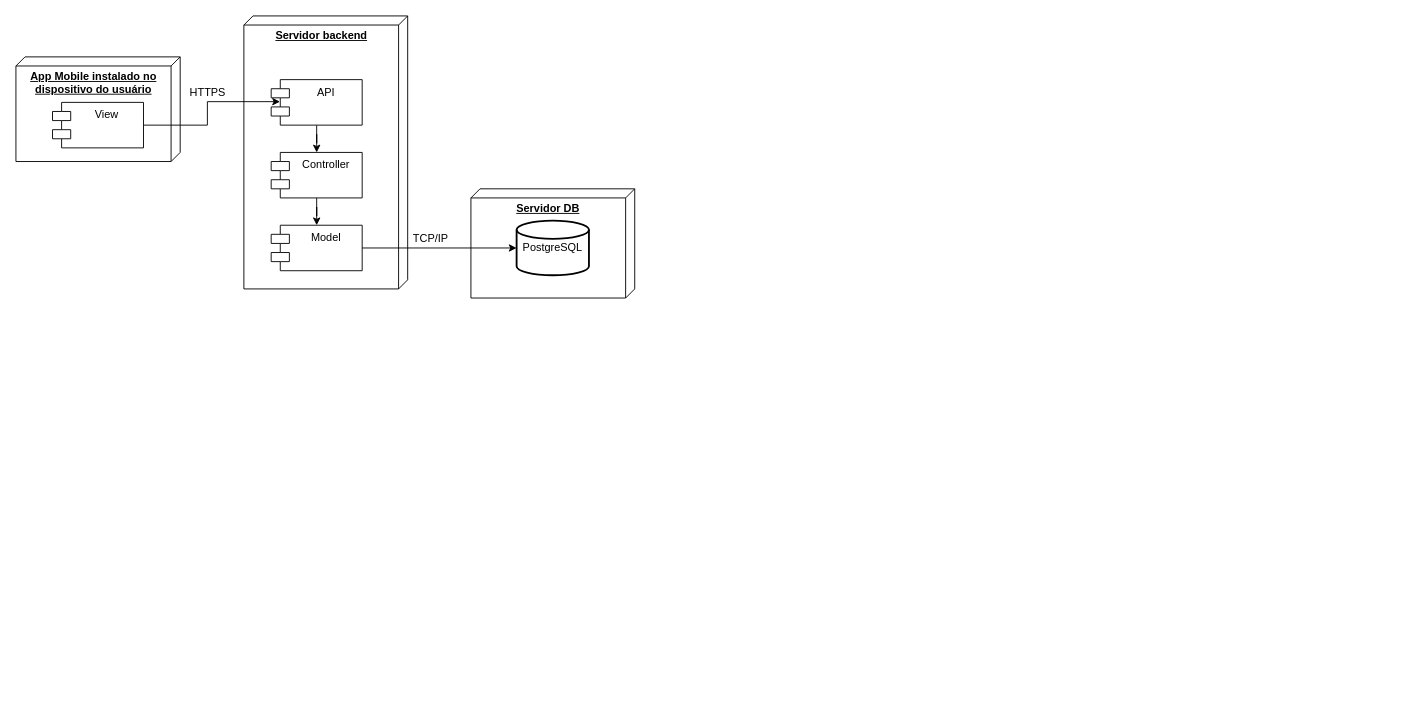
Earlier version of the draw.io diagram Documentação/Diagramas/Diagrama de Implantação.drawio (frsouzaa/Documentacao-TCC-NossaVia). Source tidied: cells renumbered, new cells numbered last; positions are measured from the earlier drawing's top-left corner, leaving out a move shared by most shapes. Both pictures are drawn from the tidied source at 91%, with x=0, y=0 at pixel (15, 15).
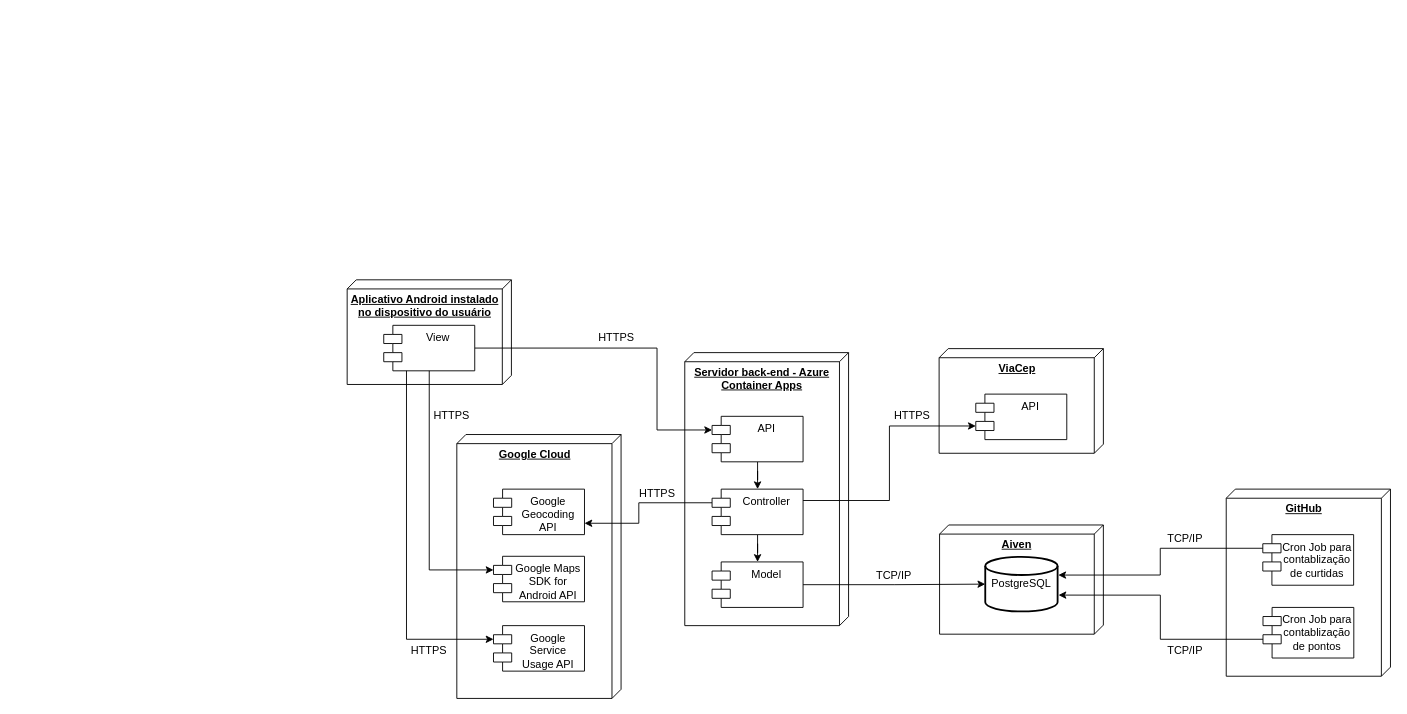
Above is the later version.

Commit message (it also covers changes not shown here):
atualiza diagramas e consideracoes finais

What changed in the source:
```diff
@@
+    <mxCell id="16" value="&lt;b&gt;Google Cloud&lt;/b&gt;" style="verticalAlign=top;align=center;spacingTop=8;spacingLeft=2;spacingRight=12;shape=cube;size=10;direction=south;fontStyle=4;html=1;whiteSpace=wrap;" parent="1" vertex="1">
+      <mxGeometry x="484.5" y="460" width="180.5" height="290" as="geometry" />
+    </mxCell>
+    <mxCell id="17" value="Google Maps SDK for Android API" style="shape=module;align=left;spacingLeft=20;align=center;verticalAlign=top;whiteSpace=wrap;html=1;" parent="1" vertex="1">
+      <mxGeometry x="524.8" y="593.8" width="100" height="50" as="geometry" />
+    </mxCell>
+    <mxCell id="18" value="Google Service Usage API" style="shape=module;align=left;spacingLeft=20;align=center;verticalAlign=top;whiteSpace=wrap;html=1;" parent="1" vertex="1">
+      <mxGeometry x="524.8" y="670" width="100" height="50" as="geometry" />
+    </mxCell>
-    <mxCell id="2" value="&lt;b&gt;App Mobile instalado no dispositivo do usuário&lt;/b&gt;" style="verticalAlign=top;align=center;spacingTop=8;spacingLeft=2;spacingRight=12;shape=cube;size=10;direction=south;fontStyle=4;html=1;whiteSpace=wrap;" parent="1" vertex="1">
-      <mxGeometry y="45" width="180.5" height="115" as="geometry" />
+    <mxCell id="2" value="&lt;b&gt;Aplicativo Android instalado no dispositivo do usuário&lt;/b&gt;" style="verticalAlign=top;align=center;spacingTop=8;spacingLeft=2;spacingRight=12;shape=cube;size=10;direction=south;fontStyle=4;html=1;whiteSpace=wrap;" parent="1" vertex="1">
+      <mxGeometry x="364" y="290" width="180.5" height="115" as="geometry" />
     </mxCell>
-    <mxCell id="3" value="&lt;b&gt;Servidor DB&lt;/b&gt;" style="verticalAlign=top;align=center;spacingTop=8;spacingLeft=2;spacingRight=12;shape=cube;size=10;direction=south;fontStyle=4;html=1;whiteSpace=wrap;" parent="1" vertex="1">
-      <mxGeometry x="500" y="190" width="180" height="120" as="geometry" />
+    <mxCell id="3" value="&lt;b&gt;Aiven&lt;/b&gt;" style="verticalAlign=top;align=center;spacingTop=8;spacingLeft=2;spacingRight=12;shape=cube;size=10;direction=south;fontStyle=4;html=1;whiteSpace=wrap;" parent="1" vertex="1">
+      <mxGeometry x="1015" y="559.4" width="180" height="120" as="geometry" />
     </mxCell>
     <mxCell id="4" value="HTTPS" style="text;html=1;align=center;verticalAlign=middle;whiteSpace=wrap;rounded=0;" parent="1" vertex="1">
-      <mxGeometry x="180.5" y="70" width="60" height="30" as="geometry" />
+      <mxGeometry x="630" y="340" width="60" height="27.5" as="geometry" />
     </mxCell>
     <mxCell id="5" value="TCP/IP" style="text;html=1;align=center;verticalAlign=middle;whiteSpace=wrap;rounded=0;rotation=0;" parent="1" vertex="1">
-      <mxGeometry x="430.5" y="230" width="50" height="30" as="geometry" />
+      <mxGeometry x="940" y="600" width="50" height="30" as="geometry" />
     </mxCell>
-    <mxCell id="6" value="&lt;b&gt;Servidor backend&lt;/b&gt;" style="verticalAlign=top;align=center;spacingTop=8;spacingLeft=2;spacingRight=12;shape=cube;size=10;direction=south;fontStyle=4;html=1;whiteSpace=wrap;" parent="1" vertex="1">
-      <mxGeometry x="250.5" width="180" height="300" as="geometry" />
+    <mxCell id="6" value="&lt;b&gt;Servidor back-end - Azure Container Apps&lt;/b&gt;" style="verticalAlign=top;align=center;spacingTop=8;spacingLeft=2;spacingRight=12;shape=cube;size=10;direction=south;fontStyle=4;html=1;whiteSpace=wrap;" parent="1" vertex="1">
+      <mxGeometry x="735" y="370" width="180" height="300" as="geometry" />
     </mxCell>
     <mxCell id="7" value="Model" style="shape=module;align=left;spacingLeft=20;align=center;verticalAlign=top;whiteSpace=wrap;html=1;" parent="1" vertex="1">
-      <mxGeometry x="280.5" y="230" width="100" height="50" as="geometry" />
+      <mxGeometry x="765" y="600" width="100" height="50" as="geometry" />
     </mxCell>
@@
     <mxCell id="9" value="API" style="shape=module;align=left;spacingLeft=20;align=center;verticalAlign=top;whiteSpace=wrap;html=1;" parent="1" vertex="1">
-      <mxGeometry x="280.5" y="70" width="100" height="50" as="geometry" />
+      <mxGeometry x="765" y="440" width="100" height="50" as="geometry" />
     </mxCell>
@@
+    <mxCell id="19" style="edgeStyle=orthogonalEdgeStyle;rounded=0;jettySize=auto;html=1;exitX=0;exitY=0;exitDx=0;exitDy=15;exitPerimeter=0;entryX=1;entryY=0.75;entryDx=0;entryDy=0;" parent="1" edge="1" source="11" target="22">
+      <mxGeometry relative="1" as="geometry">
+        <Array as="points">
+          <mxPoint x="684.5" y="535" />
+          <mxPoint x="684.5" y="558" />
+        </Array>
+      </mxGeometry>
+    </mxCell>
     <mxCell id="11" value="Controller" style="shape=module;align=left;spacingLeft=20;align=center;verticalAlign=top;whiteSpace=wrap;html=1;" parent="1" vertex="1">
-      <mxGeometry x="280.5" y="150" width="100" height="50" as="geometry" />
+      <mxGeometry x="765" y="520" width="100" height="50" as="geometry" />
     </mxCell>
     <mxCell id="12" value="&lt;p style=&quot;line-height: 120%;&quot;&gt;PostgreSQL&lt;/p&gt;" style="strokeWidth=2;html=1;shape=mxgraph.flowchart.database;whiteSpace=wrap;" parent="1" vertex="1">
-      <mxGeometry x="550.2" y="225" width="79.5" height="60" as="geometry" />
+      <mxGeometry x="1065.2" y="594.4" width="79.5" height="60" as="geometry" />
     </mxCell>
-    <mxCell id="13" style="edgeStyle=orthogonalEdgeStyle;rounded=0;jettySize=auto;html=1;entryX=0.097;entryY=0.484;entryDx=0;entryDy=0;entryPerimeter=0;exitX=1;exitY=0.5;exitDx=0;exitDy=0;" parent="1" edge="1" source="15" target="9">
-      <mxGeometry relative="1" as="geometry" />
+    <mxCell id="13" style="edgeStyle=orthogonalEdgeStyle;rounded=0;jettySize=auto;html=1;entryX=0;entryY=0;entryDx=0;entryDy=15;entryPerimeter=0;exitX=1;exitY=0.5;exitDx=0;exitDy=0;" parent="1" edge="1" source="15" target="9">
+      <mxGeometry relative="1" as="geometry">
+        <Array as="points">
+          <mxPoint x="704.5" y="365" />
+          <mxPoint x="704.5" y="455" />
+        </Array>
+      </mxGeometry>
     </mxCell>
@@
     <mxCell id="15" value="View" style="shape=module;align=left;spacingLeft=20;align=center;verticalAlign=top;whiteSpace=wrap;html=1;" parent="1" vertex="1">
-      <mxGeometry x="40.2" y="95" width="100" height="50" as="geometry" />
+      <mxGeometry x="404.2" y="340" width="100" height="50" as="geometry" />
     </mxCell>
+    <mxCell id="20" value="&lt;b&gt;ViaCep&lt;/b&gt;" style="verticalAlign=top;align=center;spacingTop=8;spacingLeft=2;spacingRight=12;shape=cube;size=10;direction=south;fontStyle=4;html=1;whiteSpace=wrap;" parent="1" vertex="1">
+      <mxGeometry x="1014.5" y="365.6" width="180.5" height="115" as="geometry" />
+    </mxCell>
+    <mxCell id="21" value="API" style="shape=module;align=left;spacingLeft=20;align=center;verticalAlign=top;whiteSpace=wrap;html=1;" parent="1" vertex="1">
+      <mxGeometry x="1054.8" y="415.6" width="100" height="50" as="geometry" />
+    </mxCell>
+    <mxCell id="22" value="Google Geocoding API" style="shape=module;align=left;spacingLeft=20;align=center;verticalAlign=top;whiteSpace=wrap;html=1;" parent="1" vertex="1">
+      <mxGeometry x="524.8" y="520" width="100" height="50" as="geometry" />
+    </mxCell>
+    <mxCell id="23" style="edgeStyle=orthogonalEdgeStyle;rounded=0;jettySize=auto;html=1;exitX=1;exitY=0.25;exitDx=0;exitDy=0;entryX=0;entryY=0;entryDx=0;entryDy=35;entryPerimeter=0;" parent="1" edge="1" source="11" target="21">
+      <mxGeometry relative="1" as="geometry" />
+    </mxCell>
+    <mxCell id="24" value="HTTPS" style="text;html=1;align=center;verticalAlign=middle;whiteSpace=wrap;rounded=0;rotation=0;" parent="1" vertex="1">
+      <mxGeometry x="960" y="423.8" width="50" height="30" as="geometry" />
+    </mxCell>
+    <mxCell id="25" style="edgeStyle=orthogonalEdgeStyle;rounded=0;jettySize=auto;html=1;exitX=0.5;exitY=1;exitDx=0;exitDy=0;entryX=0;entryY=0;entryDx=0;entryDy=15;entryPerimeter=0;" parent="1" edge="1" source="15" target="17">
+      <mxGeometry relative="1" as="geometry" />
+    </mxCell>
+    <mxCell id="26" style="edgeStyle=orthogonalEdgeStyle;rounded=0;jettySize=auto;html=1;exitX=0.25;exitY=1;exitDx=0;exitDy=0;entryX=0;entryY=0;entryDx=0;entryDy=15;entryPerimeter=0;" parent="1" edge="1" source="15" target="18">
+      <mxGeometry relative="1" as="geometry" />
+    </mxCell>
+    <mxCell id="27" value="HTTPS" style="text;html=1;align=center;verticalAlign=middle;whiteSpace=wrap;rounded=0;" parent="1" vertex="1">
+      <mxGeometry x="675" y="512" width="60" height="25" as="geometry" />
+    </mxCell>
+    <mxCell id="28" value="HTTPS" style="text;html=1;align=center;verticalAlign=middle;whiteSpace=wrap;rounded=0;" parent="1" vertex="1">
+      <mxGeometry x="454.2" y="426.2" width="50" height="25" as="geometry" />
+    </mxCell>
+    <mxCell id="29" value="HTTPS" style="text;html=1;align=center;verticalAlign=middle;whiteSpace=wrap;rounded=0;" parent="1" vertex="1">
+      <mxGeometry x="429.2" y="685" width="50" height="25" as="geometry" />
+    </mxCell>
+    <mxCell id="30" value="&lt;b&gt;GitHub&lt;/b&gt;" style="verticalAlign=top;align=center;spacingTop=8;spacingLeft=2;spacingRight=12;shape=cube;size=10;direction=south;fontStyle=4;html=1;whiteSpace=wrap;" parent="1" vertex="1">
+      <mxGeometry x="1330" y="520" width="180.5" height="205.6" as="geometry" />
+    </mxCell>
+    <mxCell id="31" value="Cron Job para contablização de curtidas" style="shape=module;align=left;spacingLeft=20;align=center;verticalAlign=top;whiteSpace=wrap;html=1;" parent="1" vertex="1">
+      <mxGeometry x="1370.2" y="570" width="99.8" height="55.6" as="geometry" />
+    </mxCell>
+    <mxCell id="32" value="Cron Job para contablização de pontos" style="shape=module;align=left;spacingLeft=20;align=center;verticalAlign=top;whiteSpace=wrap;html=1;" parent="1" vertex="1">
+      <mxGeometry x="1370.4" y="650" width="99.8" height="55.6" as="geometry" />
+    </mxCell>
+    <mxCell id="33" style="edgeStyle=orthogonalEdgeStyle;rounded=0;jettySize=auto;html=1;exitX=0;exitY=0;exitDx=0;exitDy=15;exitPerimeter=0;entryX=1.01;entryY=0.334;entryDx=0;entryDy=0;entryPerimeter=0;" parent="1" edge="1" source="31" target="12">
+      <mxGeometry relative="1" as="geometry" />
+    </mxCell>
+    <mxCell id="34" style="edgeStyle=orthogonalEdgeStyle;rounded=0;jettySize=auto;html=1;exitX=0;exitY=0;exitDx=0;exitDy=35;exitPerimeter=0;entryX=1.013;entryY=0.701;entryDx=0;entryDy=0;entryPerimeter=0;" parent="1" edge="1" source="32" target="12">
+      <mxGeometry relative="1" as="geometry" />
+    </mxCell>
+    <mxCell id="35" value="TCP/IP" style="text;html=1;align=center;verticalAlign=middle;whiteSpace=wrap;rounded=0;rotation=0;" parent="1" vertex="1">
+      <mxGeometry x="1260" y="559.4" width="50" height="30.6" as="geometry" />
+    </mxCell>
+    <mxCell id="36" value="TCP/IP" style="text;html=1;align=center;verticalAlign=middle;whiteSpace=wrap;rounded=0;rotation=0;" parent="1" vertex="1">
+      <mxGeometry x="1260" y="682.2" width="50" height="30.6" as="geometry" />
+    </mxCell>
```
